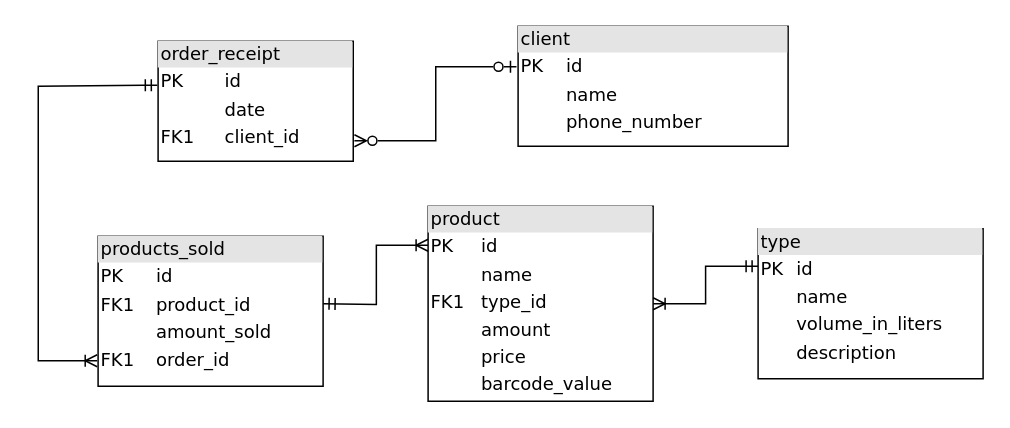
This is 1.2-RelationDBSchema/kurhan_rel.drawio from OP-NC-EduCentre/kurhan, a draw.io file, before an edit. Source tidied: cells renumbered, new cells numbered last; positions are measured from the earlier drawing's top-left corner, leaving out a move shared by most shapes. Both pictures are drawn from the tidied source at 150%, with x=0, y=0 at pixel (38, 26).
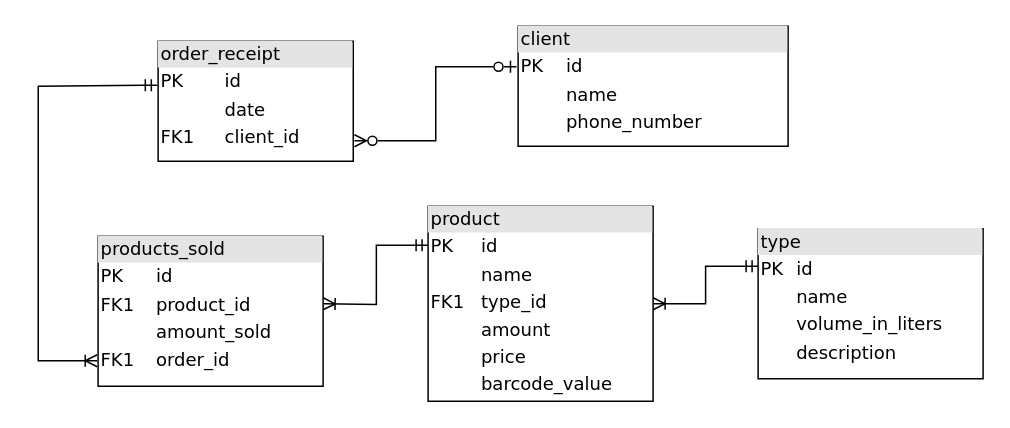
The same diagram, later.

The edit, as a diff of the source:
```diff
@@
 <mxGraphModel>
   <root>
     <mxCell id="0" />
     <mxCell id="1" parent="0" />
     <mxCell id="2" style="edgeStyle=orthogonalEdgeStyle;rounded=0;jettySize=auto;html=1;entryX=-0.006;entryY=0.338;entryDx=0;entryDy=0;entryPerimeter=0;endArrow=ERzeroToOne;endFill=0;startArrow=ERzeroToMany;startFill=0;exitX=1.006;exitY=0.829;exitDx=0;exitDy=0;exitPerimeter=0;" parent="1" edge="1" source="4" target="5">
       <mxGeometry relative="1" as="geometry" />
     </mxCell>
     <mxCell id="3" style="edgeStyle=orthogonalEdgeStyle;rounded=0;jettySize=auto;html=1;exitX=-0.004;exitY=0.367;exitDx=0;exitDy=0;startArrow=ERmandOne;startFill=0;endArrow=ERoneToMany;endFill=0;exitPerimeter=0;entryX=-0.004;entryY=0.83;entryDx=0;entryDy=0;entryPerimeter=0;" parent="1" edge="1" source="4" target="7">
       <mxGeometry relative="1" as="geometry">
         <Array as="points">
           <mxPoint x="70" y="39" />
           <mxPoint y="40" />
           <mxPoint y="223" />
         </Array>
       </mxGeometry>
     </mxCell>
     <mxCell id="4" value="&lt;div style=&quot;box-sizing: border-box ; width: 100% ; background: #e4e4e4 ; padding: 2px&quot;&gt;order_receipt&lt;/div&gt;&lt;table style=&quot;width: 100% ; font-size: 1em&quot; cellspacing=&quot;0&quot; cellpadding=&quot;2&quot;&gt;&lt;tbody&gt;&lt;tr&gt;&lt;td&gt;PK&lt;/td&gt;&lt;td&gt;id&lt;/td&gt;&lt;/tr&gt;&lt;tr&gt;&lt;td&gt;&lt;br&gt;&lt;/td&gt;&lt;td&gt;date&lt;/td&gt;&lt;/tr&gt;&lt;tr&gt;&lt;td&gt;FK1&lt;/td&gt;&lt;td&gt;client_id&lt;/td&gt;&lt;/tr&gt;&lt;tr&gt;&lt;td&gt;&lt;br&gt;&lt;/td&gt;&lt;td&gt;&lt;br&gt;&lt;/td&gt;&lt;/tr&gt;&lt;tr&gt;&lt;td&gt;&lt;br&gt;&lt;/td&gt;&lt;td&gt;&lt;br&gt;&lt;/td&gt;&lt;/tr&gt;&lt;tr&gt;&lt;td&gt;&lt;br&gt;&lt;/td&gt;&lt;td&gt;&lt;br&gt;&lt;/td&gt;&lt;/tr&gt;&lt;tr&gt;&lt;td&gt;&lt;br&gt;&lt;/td&gt;&lt;td&gt;&lt;br&gt;&lt;/td&gt;&lt;/tr&gt;&lt;tr&gt;&lt;td&gt;&lt;br&gt;&lt;/td&gt;&lt;td&gt;&lt;br&gt;&lt;/td&gt;&lt;/tr&gt;&lt;tr&gt;&lt;td&gt;&lt;br&gt;&lt;/td&gt;&lt;td&gt;&lt;br&gt;&lt;/td&gt;&lt;/tr&gt;&lt;tr&gt;&lt;td&gt;&lt;br&gt;&lt;/td&gt;&lt;td&gt;&lt;br&gt;&lt;/td&gt;&lt;/tr&gt;&lt;/tbody&gt;&lt;/table&gt;" style="verticalAlign=top;align=left;overflow=fill;html=1;rounded=0;shadow=0;comic=0;labelBackgroundColor=none;strokeWidth=1;fontFamily=Verdana;fontSize=12;" parent="1" vertex="1">
       <mxGeometry x="79.9" y="10" width="130.1" height="80" as="geometry" />
     </mxCell>
     <mxCell id="5" value="&lt;div style=&quot;box-sizing: border-box ; width: 100% ; background: #e4e4e4 ; padding: 2px&quot;&gt;client&lt;/div&gt;&lt;table style=&quot;width: 100% ; font-size: 1em&quot; cellspacing=&quot;0&quot; cellpadding=&quot;2&quot;&gt;&lt;tbody&gt;&lt;tr&gt;&lt;td&gt;PK&lt;/td&gt;&lt;td&gt;id&lt;/td&gt;&lt;/tr&gt;&lt;tr&gt;&lt;td&gt;&lt;br&gt;&lt;/td&gt;&lt;td&gt;name&lt;br&gt;&lt;/td&gt;&lt;/tr&gt;&lt;tr&gt;&lt;td&gt;&lt;br&gt;&lt;/td&gt;&lt;td&gt;phone_number&lt;br&gt;&lt;/td&gt;&lt;/tr&gt;&lt;tr&gt;&lt;td&gt;&lt;br&gt;&lt;/td&gt;&lt;td&gt;&lt;br&gt;&lt;/td&gt;&lt;/tr&gt;&lt;tr&gt;&lt;td&gt;&lt;br&gt;&lt;/td&gt;&lt;td&gt;&lt;br&gt;&lt;/td&gt;&lt;/tr&gt;&lt;tr&gt;&lt;td&gt;&lt;br&gt;&lt;/td&gt;&lt;td&gt;&lt;br&gt;&lt;/td&gt;&lt;/tr&gt;&lt;tr&gt;&lt;td&gt;&lt;br&gt;&lt;/td&gt;&lt;td&gt;&lt;br&gt;&lt;/td&gt;&lt;/tr&gt;&lt;tr&gt;&lt;td&gt;&lt;br&gt;&lt;/td&gt;&lt;td&gt;&lt;br&gt;&lt;/td&gt;&lt;/tr&gt;&lt;tr&gt;&lt;td&gt;&lt;br&gt;&lt;/td&gt;&lt;td&gt;&lt;br&gt;&lt;/td&gt;&lt;/tr&gt;&lt;tr&gt;&lt;td&gt;&lt;br&gt;&lt;/td&gt;&lt;td&gt;&lt;br&gt;&lt;/td&gt;&lt;/tr&gt;&lt;/tbody&gt;&lt;/table&gt;" style="verticalAlign=top;align=left;overflow=fill;html=1;rounded=0;shadow=0;comic=0;labelBackgroundColor=none;strokeWidth=1;fontFamily=Verdana;fontSize=12;" parent="1" vertex="1">
       <mxGeometry x="319.9" width="180" height="80" as="geometry" />
     </mxCell>
-    <mxCell id="6" style="edgeStyle=orthogonalEdgeStyle;rounded=0;jettySize=auto;html=1;entryX=0;entryY=0.2;entryDx=0;entryDy=0;entryPerimeter=0;startArrow=ERmandOne;startFill=0;endArrow=ERoneToMany;endFill=0;exitX=0;exitY=0.2;exitDx=0;exitDy=0;exitPerimeter=0;" parent="1" edge="1" target="8">
+    <mxCell id="6" style="edgeStyle=orthogonalEdgeStyle;rounded=0;jettySize=auto;html=1;entryX=0;entryY=0.2;entryDx=0;entryDy=0;entryPerimeter=0;startArrow=ERmandOne;startFill=0;endArrow=ERoneToMany;endFill=0;exitX=0;exitY=0.2;exitDx=0;exitDy=0;exitPerimeter=0;" parent="1" edge="1" source="8">
       <mxGeometry relative="1" as="geometry">
-        <mxPoint x="189.9" y="185" as="sourcePoint" />
+        <mxPoint x="189.9" y="185" as="targetPoint" />
       </mxGeometry>
     </mxCell>
     <mxCell id="7" value="&lt;div style=&quot;box-sizing: border-box ; width: 100% ; background: #e4e4e4 ; padding: 2px&quot;&gt;products_sold&lt;/div&gt;&lt;table style=&quot;width: 100% ; font-size: 1em&quot; cellspacing=&quot;0&quot; cellpadding=&quot;2&quot;&gt;&lt;tbody&gt;&lt;tr&gt;&lt;td&gt;PK&lt;/td&gt;&lt;td&gt;id&lt;/td&gt;&lt;/tr&gt;&lt;tr&gt;&lt;td&gt;FK1&lt;/td&gt;&lt;td&gt;product_id&lt;/td&gt;&lt;/tr&gt;&lt;tr&gt;&lt;td&gt;&lt;br&gt;&lt;/td&gt;&lt;td&gt;amount_sold&lt;br&gt;&lt;/td&gt;&lt;/tr&gt;&lt;tr&gt;&lt;td&gt;FK1&lt;/td&gt;&lt;td&gt;order_id&lt;br&gt;&lt;/td&gt;&lt;/tr&gt;&lt;tr&gt;&lt;td&gt;&lt;br&gt;&lt;/td&gt;&lt;td&gt;&lt;br&gt;&lt;/td&gt;&lt;/tr&gt;&lt;tr&gt;&lt;td&gt;&lt;br&gt;&lt;/td&gt;&lt;td&gt;&lt;br&gt;&lt;/td&gt;&lt;/tr&gt;&lt;tr&gt;&lt;td&gt;&lt;br&gt;&lt;/td&gt;&lt;td&gt;&lt;br&gt;&lt;/td&gt;&lt;/tr&gt;&lt;tr&gt;&lt;td&gt;&lt;br&gt;&lt;/td&gt;&lt;td&gt;&lt;br&gt;&lt;/td&gt;&lt;/tr&gt;&lt;tr&gt;&lt;td&gt;&lt;br&gt;&lt;/td&gt;&lt;td&gt;&lt;br&gt;&lt;/td&gt;&lt;/tr&gt;&lt;tr&gt;&lt;td&gt;&lt;br&gt;&lt;/td&gt;&lt;td&gt;&lt;br&gt;&lt;/td&gt;&lt;/tr&gt;&lt;/tbody&gt;&lt;/table&gt;" style="verticalAlign=top;align=left;overflow=fill;html=1;rounded=0;shadow=0;comic=0;labelBackgroundColor=none;strokeWidth=1;fontFamily=Verdana;fontSize=12;" parent="1" vertex="1">
       <mxGeometry x="39.9" y="140" width="150" height="100" as="geometry" />
     </mxCell>
     <mxCell id="8" value="&lt;div style=&quot;box-sizing: border-box ; width: 100% ; background: #e4e4e4 ; padding: 2px&quot;&gt;product&lt;br&gt;&lt;/div&gt;&lt;table style=&quot;width: 100% ; font-size: 1em&quot; cellspacing=&quot;0&quot; cellpadding=&quot;2&quot;&gt;&lt;tbody&gt;&lt;tr&gt;&lt;td&gt;PK&lt;/td&gt;&lt;td&gt;id&lt;/td&gt;&lt;/tr&gt;&lt;tr&gt;&lt;td&gt;&lt;br&gt;&lt;/td&gt;&lt;td&gt;name&lt;br&gt;&lt;/td&gt;&lt;/tr&gt;&lt;tr&gt;&lt;td&gt;FK1&lt;br&gt;&lt;/td&gt;&lt;td&gt;type_id&lt;br&gt;&lt;/td&gt;&lt;/tr&gt;&lt;tr&gt;&lt;td&gt;&lt;br&gt;&lt;/td&gt;&lt;td&gt;amount&lt;br&gt;&lt;/td&gt;&lt;/tr&gt;&lt;tr&gt;&lt;td&gt;&lt;br&gt;&lt;/td&gt;&lt;td&gt;price&lt;br&gt;&lt;/td&gt;&lt;/tr&gt;&lt;tr&gt;&lt;td&gt;&lt;br&gt;&lt;/td&gt;&lt;td&gt;barcode_value&lt;br&gt;&lt;/td&gt;&lt;/tr&gt;&lt;tr&gt;&lt;td&gt;&lt;br&gt;&lt;/td&gt;&lt;td&gt;&lt;br&gt;&lt;/td&gt;&lt;/tr&gt;&lt;tr&gt;&lt;td&gt;&lt;br&gt;&lt;/td&gt;&lt;td&gt;&lt;br&gt;&lt;/td&gt;&lt;/tr&gt;&lt;tr&gt;&lt;td&gt;&lt;br&gt;&lt;/td&gt;&lt;td&gt;&lt;br&gt;&lt;/td&gt;&lt;/tr&gt;&lt;tr&gt;&lt;td&gt;&lt;br&gt;&lt;/td&gt;&lt;td&gt;&lt;br&gt;&lt;/td&gt;&lt;/tr&gt;&lt;/tbody&gt;&lt;/table&gt;" style="verticalAlign=top;align=left;overflow=fill;html=1;rounded=0;shadow=0;comic=0;labelBackgroundColor=none;strokeWidth=1;fontFamily=Verdana;fontSize=12;" parent="1" vertex="1">
       <mxGeometry x="259.9" y="120" width="150" height="130" as="geometry" />
     </mxCell>
     <mxCell id="9" style="edgeStyle=orthogonalEdgeStyle;rounded=0;jettySize=auto;html=1;exitX=0;exitY=0.25;exitDx=0;exitDy=0;entryX=1;entryY=0.5;entryDx=0;entryDy=0;startArrow=ERmandOne;startFill=0;endArrow=ERoneToMany;endFill=0;" parent="1" edge="1" source="10" target="8">
       <mxGeometry relative="1" as="geometry" />
     </mxCell>
     <mxCell id="10" value="&lt;div style=&quot;box-sizing: border-box ; width: 100% ; background: #e4e4e4 ; padding: 2px&quot;&gt;type&lt;br&gt;&lt;/div&gt;&lt;table style=&quot;width: 100% ; font-size: 1em&quot; cellspacing=&quot;0&quot; cellpadding=&quot;2&quot;&gt;&lt;tbody&gt;&lt;tr&gt;&lt;td&gt;PK&lt;/td&gt;&lt;td&gt;id&lt;/td&gt;&lt;/tr&gt;&lt;tr&gt;&lt;td&gt;&lt;br&gt;&lt;/td&gt;&lt;td&gt;name&lt;br&gt;&lt;/td&gt;&lt;/tr&gt;&lt;tr&gt;&lt;td&gt;&lt;br&gt;&lt;/td&gt;&lt;td&gt;volume_in_liters&lt;br&gt;&lt;/td&gt;&lt;/tr&gt;&lt;tr&gt;&lt;td&gt;&lt;br&gt;&lt;/td&gt;&lt;td&gt;description&lt;br&gt;&lt;/td&gt;&lt;/tr&gt;&lt;tr&gt;&lt;td&gt;&lt;br&gt;&lt;/td&gt;&lt;td&gt;&lt;br&gt;&lt;/td&gt;&lt;/tr&gt;&lt;tr&gt;&lt;td&gt;&lt;br&gt;&lt;/td&gt;&lt;td&gt;&lt;br&gt;&lt;/td&gt;&lt;/tr&gt;&lt;tr&gt;&lt;td&gt;&lt;br&gt;&lt;/td&gt;&lt;td&gt;&lt;br&gt;&lt;/td&gt;&lt;/tr&gt;&lt;tr&gt;&lt;td&gt;&lt;br&gt;&lt;/td&gt;&lt;td&gt;&lt;br&gt;&lt;/td&gt;&lt;/tr&gt;&lt;tr&gt;&lt;td&gt;&lt;br&gt;&lt;/td&gt;&lt;td&gt;&lt;br&gt;&lt;/td&gt;&lt;/tr&gt;&lt;tr&gt;&lt;td&gt;&lt;br&gt;&lt;/td&gt;&lt;td&gt;&lt;br&gt;&lt;/td&gt;&lt;/tr&gt;&lt;/tbody&gt;&lt;/table&gt;" style="verticalAlign=top;align=left;overflow=fill;html=1;rounded=0;shadow=0;comic=0;labelBackgroundColor=none;strokeWidth=1;fontFamily=Verdana;fontSize=12;" parent="1" vertex="1">
       <mxGeometry x="479.9" y="135" width="150" height="100" as="geometry" />
     </mxCell>
   </root>
 </mxGraphModel>
```
